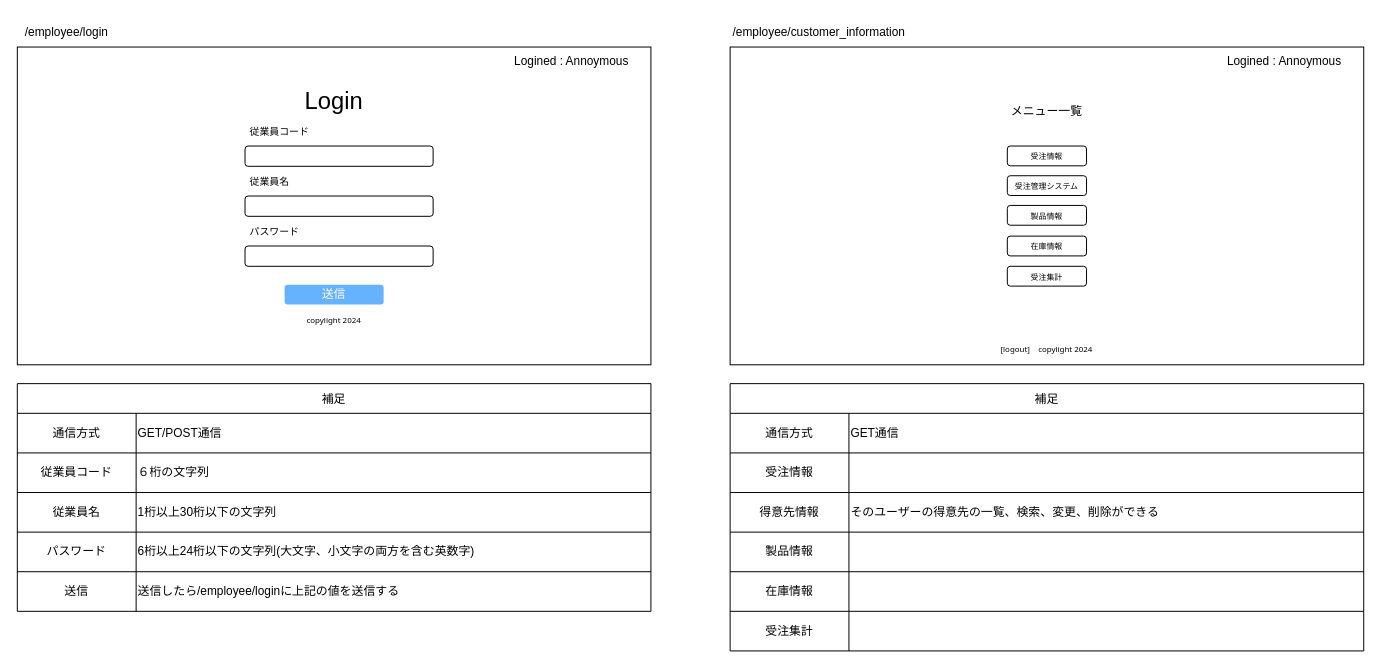
Above: page "UI" (1 of 7) of draw.io/details.drawio in kmjak/Django-Production-Task (draw.io), before the change. Source tidied: cells renumbered, new cells numbered last; positions are measured from the earlier drawing's top-left corner, leaving out a move shared by most shapes. Both pictures are drawn from the tidied source at 99%, with x=0, y=0 at pixel (17, 17).
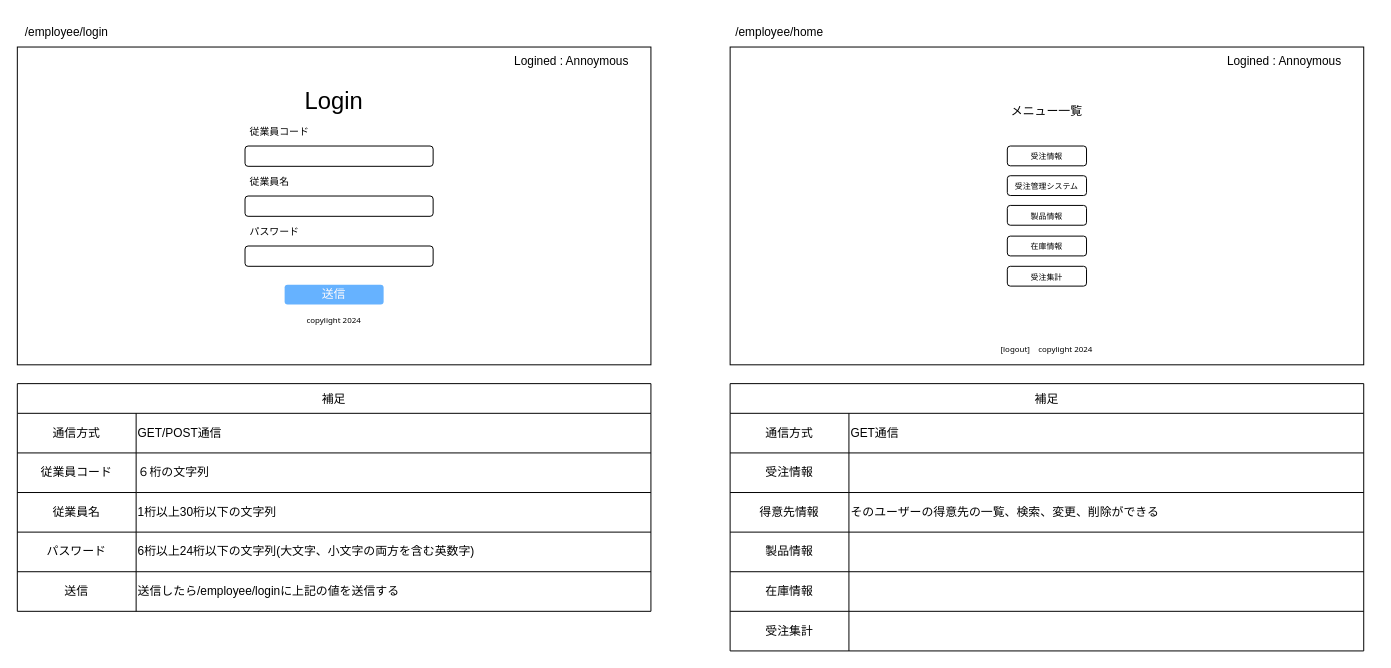
Above is the later version.

The edit, as a diff of the source:
```diff
@@
-    <mxCell id="33" value="&lt;span style=&quot;text-align: left;&quot;&gt;/employee/customer_information&lt;/span&gt;" style="text;strokeColor=none;align=center;fillColor=none;html=1;verticalAlign=middle;whiteSpace=wrap;rounded=0;" parent="1" vertex="1">
-      <mxGeometry x="720" width="180" height="30" as="geometry" />
+    <mxCell id="33" value="&lt;span style=&quot;text-align: left;&quot;&gt;/employee/home&lt;/span&gt;" style="text;strokeColor=none;align=center;fillColor=none;html=1;verticalAlign=middle;whiteSpace=wrap;rounded=0;" parent="1" vertex="1">
+      <mxGeometry x="720" width="100" height="30" as="geometry" />
     </mxCell>
```
